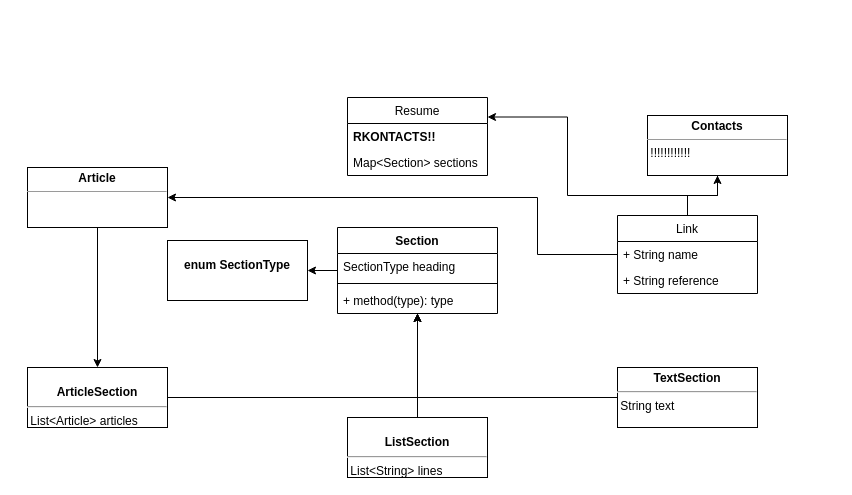
ticherti/basejava keeps this draw.io diagram as basejava.drawio. Above is the earlier version. Source tidied: cells renumbered, new cells numbered last; positions are measured from the earlier drawing's top-left corner, leaving out a move shared by most shapes. Both pictures are drawn from the tidied source at 100%, with x=0, y=0 at pixel (27, 97).
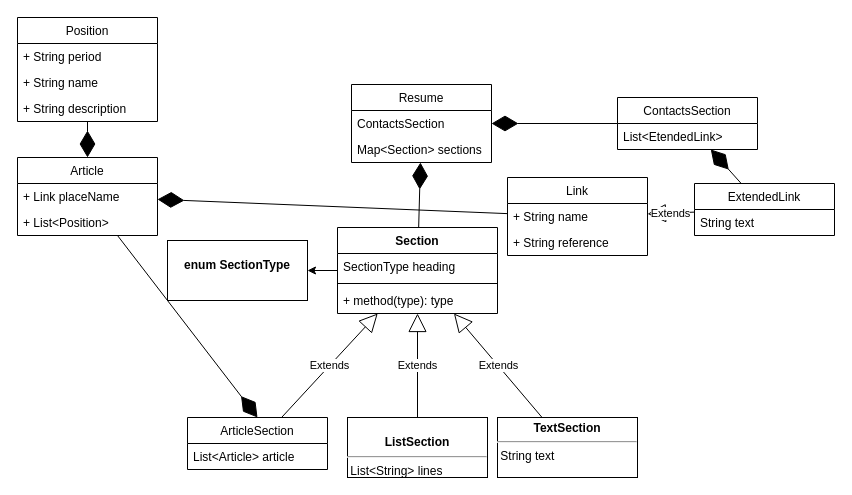
The same page after the edit.

The change refers to these unchanged cells:
```xml
<mxCell id="6" value="Section" style="swimlane;fontStyle=1;align=center;verticalAlign=top;horizontal=1;startSize=26;" parent="1" vertex="1">
  <mxGeometry x="310" y="130" width="160" height="86" as="geometry" />
</mxCell>
<mxCell id="11" value="&lt;p style=&quot;margin: 0px ; margin-top: 4px ; text-align: center&quot;&gt;&lt;br&gt;&lt;b&gt;ListSection&lt;/b&gt;&lt;/p&gt;&lt;hr&gt;&lt;span style=&quot;white-space: pre&quot;&gt; &lt;/span&gt;List&amp;lt;String&amp;gt; lines" style="verticalAlign=top;align=left;overflow=fill;fontSize=12;fontFamily=Helvetica;html=1;" parent="1" vertex="1">
  <mxGeometry x="320" y="320" width="140" height="60" as="geometry" />
</mxCell>
```

Diff of the diagram source:
```diff
@@
     <mxCell id="2" value="Resume" style="swimlane;fontStyle=0;horizontal=1;startSize=26;fillColor=none;" parent="1" vertex="1">
-      <mxGeometry x="320" width="140" height="78" as="geometry" />
+      <mxGeometry x="324" y="-13" width="140" height="78" as="geometry" />
     </mxCell>
-    <mxCell id="3" value="RKONTACTS!!" style="text;strokeColor=none;fillColor=none;align=left;verticalAlign=top;spacingLeft=4;spacingRight=4;overflow=hidden;fontStyle=1;" parent="2" vertex="1">
+    <mxCell id="3" value="ContactsSection" style="text;strokeColor=none;fillColor=none;align=left;verticalAlign=top;spacingLeft=4;spacingRight=4;overflow=hidden;fontStyle=0;" parent="2" vertex="1">
       <mxGeometry y="26" width="140" height="26" as="geometry" />
     </mxCell>
@@
-    <mxCell id="10" style="edgeStyle=orthogonalEdgeStyle;rounded=0;jettySize=auto;html=1;" parent="1" edge="1" source="11" target="6">
-      <mxGeometry relative="1" as="geometry" />
-    </mxCell>
@@
-    <mxCell id="12" style="edgeStyle=orthogonalEdgeStyle;rounded=0;jettySize=auto;html=1;" parent="1" edge="1" source="13" target="6">
-      <mxGeometry relative="1" as="geometry" />
-    </mxCell>
-    <mxCell id="13" value="&lt;p style=&quot;margin: 0px ; margin-top: 4px ; text-align: center&quot;&gt;&lt;br&gt;&lt;b&gt;ArticleSection&lt;/b&gt;&lt;/p&gt;&lt;hr&gt;&lt;span style=&quot;white-space: pre&quot;&gt; &lt;/span&gt;List&amp;lt;Article&amp;gt; articles" style="verticalAlign=top;align=left;overflow=fill;fontSize=12;fontFamily=Helvetica;html=1;" parent="1" vertex="1">
-      <mxGeometry y="270" width="140" height="60" as="geometry" />
-    </mxCell>
@@
-    <mxCell id="15" style="edgeStyle=orthogonalEdgeStyle;rounded=0;jettySize=auto;html=1;" parent="1" edge="1" source="16" target="6">
-      <mxGeometry relative="1" as="geometry" />
-    </mxCell>
     <mxCell id="16" value="&lt;p style=&quot;margin: 0px ; margin-top: 4px ; text-align: center&quot;&gt;&lt;b&gt;TextSection&lt;/b&gt;&lt;/p&gt;&lt;hr&gt;&lt;span style=&quot;white-space: pre&quot;&gt; &lt;/span&gt;String text" style="verticalAlign=top;align=left;overflow=fill;fontSize=12;fontFamily=Helvetica;html=1;strokeColor=#000000;direction=west;" parent="1" vertex="1">
-      <mxGeometry x="590" y="270" width="140" height="60" as="geometry" />
+      <mxGeometry x="470" y="320" width="140" height="60" as="geometry" />
     </mxCell>
-    <mxCell id="17" style="edgeStyle=orthogonalEdgeStyle;rounded=0;jettySize=auto;html=1;exitX=0.5;exitY=1;exitDx=0;exitDy=0;entryX=1;entryY=0.25;entryDx=0;entryDy=0;" parent="1" edge="1" source="18" target="2">
-      <mxGeometry relative="1" as="geometry" />
-    </mxCell>
-    <mxCell id="18" value="&lt;p style=&quot;margin: 0px ; margin-top: 4px ; text-align: center&quot;&gt;&lt;b&gt;Contacts&lt;/b&gt;&lt;/p&gt;&lt;hr size=&quot;1&quot;&gt;&lt;div style=&quot;height: 2px&quot;&gt;&lt;span style=&quot;white-space: pre&quot;&gt; &lt;/span&gt;!!!!!!!!!!!!&lt;br&gt;&lt;/div&gt;" style="verticalAlign=top;align=left;overflow=fill;fontSize=12;fontFamily=Helvetica;html=1;strokeColor=#000000;" parent="1" vertex="1">
-      <mxGeometry x="620" y="18" width="140" height="60" as="geometry" />
-    </mxCell>
-    <mxCell id="19" style="edgeStyle=orthogonalEdgeStyle;rounded=0;jettySize=auto;html=1;exitX=0.5;exitY=1;exitDx=0;exitDy=0;entryX=0.5;entryY=0;entryDx=0;entryDy=0;" parent="1" edge="1" source="20" target="13">
-      <mxGeometry relative="1" as="geometry" />
-    </mxCell>
-    <mxCell id="20" value="&lt;p style=&quot;margin: 0px ; margin-top: 4px ; text-align: center&quot;&gt;&lt;b&gt;Article&lt;/b&gt;&lt;/p&gt;&lt;hr size=&quot;1&quot;&gt;&lt;div style=&quot;height: 2px&quot;&gt;&lt;/div&gt;" style="verticalAlign=top;align=left;overflow=fill;fontSize=12;fontFamily=Helvetica;html=1;strokeColor=#000000;" parent="1" vertex="1">
-      <mxGeometry y="70" width="140" height="60" as="geometry" />
-    </mxCell>
-    <mxCell id="21" style="edgeStyle=orthogonalEdgeStyle;rounded=0;jettySize=auto;html=1;" parent="1" edge="1" source="23" target="18">
-      <mxGeometry relative="1" as="geometry" />
-    </mxCell>
-    <mxCell id="22" style="edgeStyle=orthogonalEdgeStyle;rounded=0;jettySize=auto;html=1;" parent="1" edge="1" source="23" target="20">
-      <mxGeometry relative="1" as="geometry">
-        <Array as="points">
-          <mxPoint x="510" y="157" />
-          <mxPoint x="510" y="100" />
-        </Array>
-      </mxGeometry>
-    </mxCell>
     <mxCell id="23" value="Link" style="swimlane;fontStyle=0;horizontal=1;startSize=26;fillColor=none;strokeColor=#000000;" parent="1" vertex="1">
-      <mxGeometry x="590" y="118" width="140" height="78" as="geometry" />
+      <mxGeometry x="480" y="80" width="140" height="78" as="geometry" />
     </mxCell>
@@
+    <mxCell id="20" value="Article" style="swimlane;fontStyle=0;horizontal=1;startSize=26;fillColor=none;strokeColor=#000000;" parent="1" vertex="1">
+      <mxGeometry x="-10" y="60" width="140" height="78" as="geometry" />
+    </mxCell>
+    <mxCell id="26" value="+ Link placeName" style="text;strokeColor=none;fillColor=none;align=left;verticalAlign=top;spacingLeft=4;spacingRight=4;overflow=hidden;" parent="20" vertex="1">
+      <mxGeometry y="26" width="140" height="26" as="geometry" />
+    </mxCell>
+    <mxCell id="27" value="+ List&lt;Position&gt;" style="text;strokeColor=none;fillColor=none;align=left;verticalAlign=top;spacingLeft=4;spacingRight=4;overflow=hidden;" parent="20" vertex="1">
+      <mxGeometry y="52" width="140" height="26" as="geometry" />
+    </mxCell>
+    <mxCell id="28" value="Position" style="swimlane;fontStyle=0;horizontal=1;startSize=26;fillColor=none;strokeColor=#000000;" parent="1" vertex="1">
+      <mxGeometry x="-10" y="-80" width="140" height="104" as="geometry" />
+    </mxCell>
+    <mxCell id="29" value="+ String period" style="text;strokeColor=none;fillColor=none;align=left;verticalAlign=top;spacingLeft=4;spacingRight=4;overflow=hidden;" parent="28" vertex="1">
+      <mxGeometry y="26" width="140" height="26" as="geometry" />
+    </mxCell>
+    <mxCell id="30" value="+ String name" style="text;strokeColor=none;fillColor=none;align=left;verticalAlign=top;spacingLeft=4;spacingRight=4;overflow=hidden;" parent="28" vertex="1">
+      <mxGeometry y="52" width="140" height="26" as="geometry" />
+    </mxCell>
+    <mxCell id="31" value="+ String description" style="text;strokeColor=none;fillColor=none;align=left;verticalAlign=top;spacingLeft=4;spacingRight=4;overflow=hidden;" parent="28" vertex="1">
+      <mxGeometry y="78" width="140" height="26" as="geometry" />
+    </mxCell>
+    <mxCell id="32" value="ContactsSection" style="swimlane;fontStyle=0;horizontal=1;startSize=26;fillColor=none;strokeColor=#000000;" parent="1" vertex="1">
+      <mxGeometry x="590" width="140" height="52" as="geometry" />
+    </mxCell>
+    <mxCell id="33" value="List&lt;EtendedLink&gt;" style="text;strokeColor=none;fillColor=none;align=left;verticalAlign=top;spacingLeft=4;spacingRight=4;overflow=hidden;" parent="32" vertex="1">
+      <mxGeometry y="26" width="140" height="26" as="geometry" />
+    </mxCell>
+    <mxCell id="34" style="endArrow=diamondThin;endFill=1;endSize=24;html=1;" parent="1" edge="1" source="32" target="2">
+      <mxGeometry relative="1" as="geometry" />
+    </mxCell>
+    <mxCell id="35" style="endArrow=diamondThin;endFill=1;endSize=24;html=1;" parent="1" edge="1" source="6" target="2">
+      <mxGeometry relative="1" as="geometry" />
+    </mxCell>
+    <mxCell id="36" style="endArrow=diamondThin;endFill=1;endSize=24;html=1;entryX=0.5;entryY=0;entryDx=0;entryDy=0;" parent="1" edge="1" source="20" target="39">
+      <mxGeometry relative="1" as="geometry" />
+    </mxCell>
+    <mxCell id="10" value="Extends" style="endArrow=block;endSize=16;endFill=0;html=1;exitX=0.5;exitY=0;exitDx=0;exitDy=0;" parent="1" edge="1" source="11" target="6">
+      <mxGeometry relative="1" as="geometry" />
+    </mxCell>
+    <mxCell id="15" value="Extends" style="endArrow=block;endSize=16;endFill=0;html=1;" parent="1" edge="1" source="16" target="6">
+      <mxGeometry relative="1" as="geometry" />
+    </mxCell>
+    <mxCell id="22" style="endArrow=diamondThin;endFill=1;endSize=24;html=1;" parent="1" edge="1" source="23" target="20">
+      <mxGeometry relative="1" as="geometry" />
+    </mxCell>
+    <mxCell id="37" style="endArrow=diamondThin;endFill=1;endSize=24;html=1;" parent="1" edge="1" source="42" target="32">
+      <mxGeometry relative="1" as="geometry" />
+    </mxCell>
+    <mxCell id="38" style="endArrow=diamondThin;endFill=1;endSize=24;html=1;" parent="1" edge="1" source="28" target="20">
+      <mxGeometry relative="1" as="geometry" />
+    </mxCell>
+    <mxCell id="39" value="ArticleSection" style="swimlane;fontStyle=0;horizontal=1;startSize=26;fillColor=none;strokeColor=#000000;" parent="1" vertex="1">
+      <mxGeometry x="160" y="320" width="140" height="52" as="geometry" />
+    </mxCell>
+    <mxCell id="40" value="List&lt;Article&gt; article" style="text;strokeColor=none;fillColor=none;align=left;verticalAlign=top;spacingLeft=4;spacingRight=4;overflow=hidden;" parent="39" vertex="1">
+      <mxGeometry y="26" width="140" height="26" as="geometry" />
+    </mxCell>
+    <mxCell id="41" value="Extends" style="endArrow=block;endSize=16;endFill=0;html=1;" parent="1" edge="1" source="39" target="6">
+      <mxGeometry relative="1" as="geometry" />
+    </mxCell>
+    <mxCell id="42" value="ExtendedLink" style="swimlane;fontStyle=0;horizontal=1;startSize=26;fillColor=none;strokeColor=#000000;" parent="1" vertex="1">
+      <mxGeometry x="667" y="86" width="140" height="52" as="geometry" />
+    </mxCell>
+    <mxCell id="43" value="String text" style="text;strokeColor=none;fillColor=none;align=left;verticalAlign=top;spacingLeft=4;spacingRight=4;overflow=hidden;" parent="42" vertex="1">
+      <mxGeometry y="26" width="140" height="26" as="geometry" />
+    </mxCell>
+    <mxCell id="44" value="Extends" style="endArrow=block;endSize=16;endFill=0;html=1;" parent="1" edge="1" source="42" target="23">
+      <mxGeometry relative="1" as="geometry" />
+    </mxCell>
```
